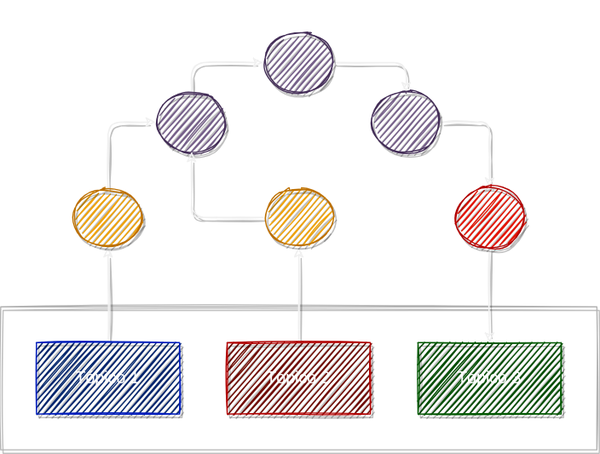
Earlier version of the draw.io export imagens/streams.drawio.svg (ermogenes/apache-kafka-introducao-ao-ecossistema). Source tidied: cells renumbered, new cells last; positions are measured from the earlier drawing's top-left corner, leaving out a move shared by most shapes.
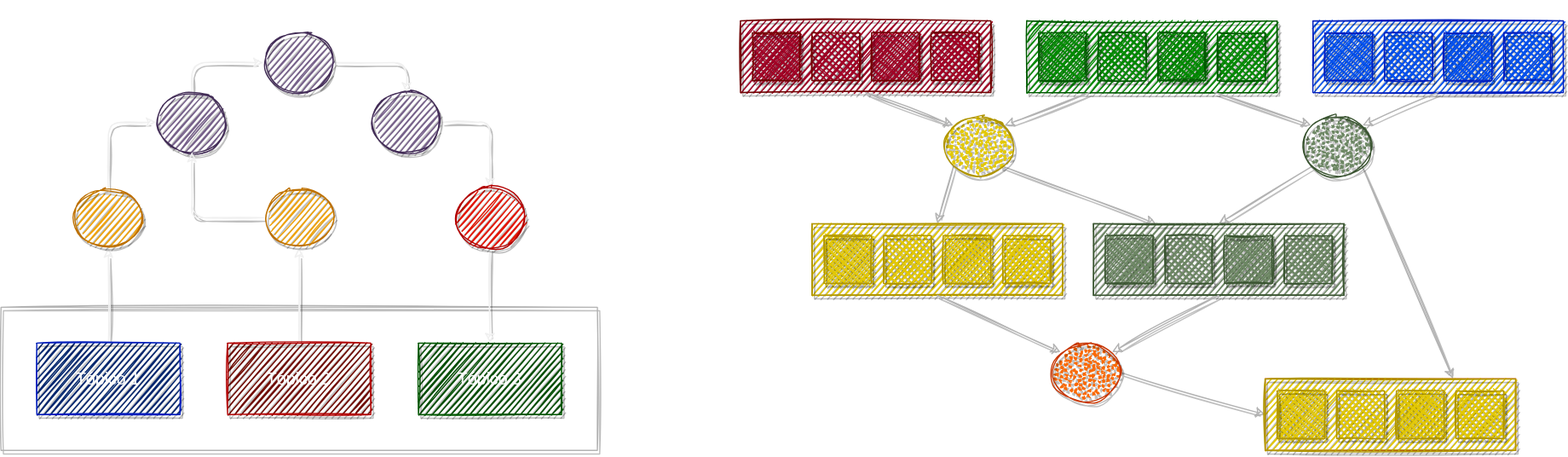
The same diagram one commit later.

The edit, as a diff of the source:
```diff
@@ -73,5 +73,158 @@
     <mxCell id="21" style="ellipse;whiteSpace=wrap;html=1;shadow=1;sketch=1;fontSize=14;strokeColor=#BD7000;fillColor=#f0a30a;fontColor=#000000;" parent="1" vertex="1">
       <mxGeometry x="220" y="145" width="60" height="50" as="geometry" />
     </mxCell>
+    <mxCell id="22" style="group;" parent="1" vertex="1">
+      <mxGeometry x="860" y="5" width="210" height="60" as="geometry" />
+    </mxCell>
+    <mxCell id="23" style="rounded=0;whiteSpace=wrap;html=1;strokeColor=#005700;fontColor=#ffffff;sketch=1;shadow=1;fontSize=14;fillColor=#008a00;" parent="22" vertex="1">
+      <mxGeometry width="210" height="60" as="geometry" />
+    </mxCell>
+    <mxCell id="24" style="rounded=0;whiteSpace=wrap;html=1;strokeColor=#005700;fontColor=#ffffff;sketch=1;shadow=1;fontSize=14;fillColor=#008a00;fillStyle=cross-hatch;" parent="22" vertex="1">
+      <mxGeometry x="10" y="10" width="40" height="40" as="geometry" />
+    </mxCell>
+    <mxCell id="25" style="rounded=0;whiteSpace=wrap;html=1;strokeColor=#005700;fontColor=#ffffff;sketch=1;shadow=1;fontSize=14;fillColor=#008a00;fillStyle=cross-hatch;" parent="22" vertex="1">
+      <mxGeometry x="60" y="10" width="40" height="40" as="geometry" />
+    </mxCell>
+    <mxCell id="26" style="rounded=0;whiteSpace=wrap;html=1;strokeColor=#005700;fontColor=#ffffff;sketch=1;shadow=1;fontSize=14;fillColor=#008a00;fillStyle=cross-hatch;" parent="22" vertex="1">
+      <mxGeometry x="110" y="10" width="40" height="40" as="geometry" />
+    </mxCell>
+    <mxCell id="27" style="rounded=0;whiteSpace=wrap;html=1;strokeColor=#005700;fontColor=#ffffff;sketch=1;shadow=1;fontSize=14;fillColor=#008a00;fillStyle=cross-hatch;" parent="22" vertex="1">
+      <mxGeometry x="160" y="10" width="40" height="40" as="geometry" />
+    </mxCell>
+    <mxCell id="28" style="group;" parent="1" vertex="1">
+      <mxGeometry x="620" y="5" width="210" height="60" as="geometry" />
+    </mxCell>
+    <mxCell id="29" style="rounded=0;whiteSpace=wrap;html=1;strokeColor=#6F0000;fontColor=#ffffff;sketch=1;shadow=1;fontSize=14;fillColor=#a20025;" parent="28" vertex="1">
+      <mxGeometry width="210" height="60" as="geometry" />
+    </mxCell>
+    <mxCell id="30" style="rounded=0;whiteSpace=wrap;html=1;strokeColor=#6F0000;fontColor=#ffffff;sketch=1;shadow=1;fontSize=14;fillColor=#a20025;fillStyle=cross-hatch;" parent="28" vertex="1">
+      <mxGeometry x="10" y="10" width="40" height="40" as="geometry" />
+    </mxCell>
+    <mxCell id="31" style="rounded=0;whiteSpace=wrap;html=1;strokeColor=#6F0000;fontColor=#ffffff;sketch=1;shadow=1;fontSize=14;fillColor=#a20025;fillStyle=cross-hatch;" parent="28" vertex="1">
+      <mxGeometry x="60" y="10" width="40" height="40" as="geometry" />
+    </mxCell>
+    <mxCell id="32" style="rounded=0;whiteSpace=wrap;html=1;strokeColor=#6F0000;fontColor=#ffffff;sketch=1;shadow=1;fontSize=14;fillColor=#a20025;fillStyle=cross-hatch;" parent="28" vertex="1">
+      <mxGeometry x="110" y="10" width="40" height="40" as="geometry" />
+    </mxCell>
+    <mxCell id="33" style="rounded=0;whiteSpace=wrap;html=1;strokeColor=#6F0000;fontColor=#ffffff;sketch=1;shadow=1;fontSize=14;fillColor=#a20025;fillStyle=cross-hatch;" parent="28" vertex="1">
+      <mxGeometry x="160" y="10" width="40" height="40" as="geometry" />
+    </mxCell>
+    <mxCell id="34" style="group;" parent="1" vertex="1">
+      <mxGeometry x="1100" y="5" width="210" height="60" as="geometry" />
+    </mxCell>
+    <mxCell id="35" style="rounded=0;whiteSpace=wrap;html=1;strokeColor=#001DBC;fontColor=#ffffff;sketch=1;shadow=1;fontSize=14;fillColor=#0050ef;" parent="34" vertex="1">
+      <mxGeometry width="210" height="60" as="geometry" />
+    </mxCell>
+    <mxCell id="36" style="rounded=0;whiteSpace=wrap;html=1;strokeColor=#001DBC;fontColor=#ffffff;sketch=1;shadow=1;fontSize=14;fillColor=#0050ef;fillStyle=cross-hatch;" parent="34" vertex="1">
+      <mxGeometry x="10" y="10" width="40" height="40" as="geometry" />
+    </mxCell>
+    <mxCell id="37" style="rounded=0;whiteSpace=wrap;html=1;strokeColor=#001DBC;fontColor=#ffffff;sketch=1;shadow=1;fontSize=14;fillColor=#0050ef;fillStyle=cross-hatch;" parent="34" vertex="1">
+      <mxGeometry x="60" y="10" width="40" height="40" as="geometry" />
+    </mxCell>
+    <mxCell id="38" style="rounded=0;whiteSpace=wrap;html=1;strokeColor=#001DBC;fontColor=#ffffff;sketch=1;shadow=1;fontSize=14;fillColor=#0050ef;fillStyle=cross-hatch;" parent="34" vertex="1">
+      <mxGeometry x="110" y="10" width="40" height="40" as="geometry" />
+    </mxCell>
+    <mxCell id="39" style="rounded=0;whiteSpace=wrap;html=1;strokeColor=#001DBC;fontColor=#ffffff;sketch=1;shadow=1;fontSize=14;fillColor=#0050ef;fillStyle=cross-hatch;" parent="34" vertex="1">
+      <mxGeometry x="160" y="10" width="40" height="40" as="geometry" />
+    </mxCell>
+    <mxCell id="40" style="edgeStyle=none;rounded=0;jettySize=auto;html=1;exitX=0;exitY=1;exitDx=0;exitDy=0;entryX=0.5;entryY=0;entryDx=0;entryDy=0;sketch=1;shadow=1;strokeColor=#B3B3B3;" parent="1" edge="1" source="42" target="53">
+      <mxGeometry relative="1" as="geometry" />
+    </mxCell>
+    <mxCell id="41" style="edgeStyle=none;rounded=0;jettySize=auto;html=1;exitX=1;exitY=1;exitDx=0;exitDy=0;entryX=0.25;entryY=0;entryDx=0;entryDy=0;sketch=1;shadow=1;strokeColor=#B3B3B3;" parent="1" edge="1" source="42" target="47">
+      <mxGeometry relative="1" as="geometry" />
+    </mxCell>
+    <mxCell id="42" style="ellipse;whiteSpace=wrap;html=1;shadow=1;sketch=1;fontSize=14;strokeColor=#B09500;fillColor=#e3c800;fontColor=#000000;fillStyle=dots;" parent="1" vertex="1">
+      <mxGeometry x="790" y="85" width="60" height="50" as="geometry" />
+    </mxCell>
+    <mxCell id="43" style="edgeStyle=none;rounded=0;jettySize=auto;html=1;exitX=0;exitY=1;exitDx=0;exitDy=0;entryX=0.5;entryY=0;entryDx=0;entryDy=0;sketch=1;shadow=1;strokeColor=#B3B3B3;" parent="1" edge="1" source="45" target="47">
+      <mxGeometry relative="1" as="geometry" />
+    </mxCell>
+    <mxCell id="44" style="edgeStyle=none;rounded=0;jettySize=auto;html=1;exitX=1;exitY=1;exitDx=0;exitDy=0;entryX=0.75;entryY=0;entryDx=0;entryDy=0;sketch=1;shadow=1;strokeColor=#B3B3B3;" parent="1" edge="1" source="45" target="61">
+      <mxGeometry relative="1" as="geometry" />
+    </mxCell>
+    <mxCell id="45" style="ellipse;whiteSpace=wrap;html=1;shadow=1;sketch=1;fontSize=14;strokeColor=#3A5431;fillColor=#6d8764;fontColor=#ffffff;fillStyle=dots;" parent="1" vertex="1">
+      <mxGeometry x="1090" y="85" width="60" height="50" as="geometry" />
+    </mxCell>
+    <mxCell id="46" style="group;strokeColor=#3A5431;fontColor=#ffffff;" parent="1" vertex="1">
+      <mxGeometry x="916" y="175" width="210" height="60" as="geometry" />
+    </mxCell>
+    <mxCell id="47" style="rounded=0;whiteSpace=wrap;html=1;strokeColor=#3A5431;sketch=1;shadow=1;fontSize=14;fontColor=#ffffff;fillColor=#6d8764;" parent="46" vertex="1">
+      <mxGeometry width="210" height="60" as="geometry" />
+    </mxCell>
+    <mxCell id="48" style="rounded=0;whiteSpace=wrap;html=1;strokeColor=#3A5431;sketch=1;shadow=1;fontSize=14;fillColor=#6d8764;fillStyle=cross-hatch;fontColor=#ffffff;" parent="46" vertex="1">
+      <mxGeometry x="10" y="10" width="40" height="40" as="geometry" />
+    </mxCell>
+    <mxCell id="49" style="rounded=0;whiteSpace=wrap;html=1;strokeColor=#3A5431;sketch=1;shadow=1;fontSize=14;fillColor=#6d8764;fillStyle=cross-hatch;fontColor=#ffffff;" parent="46" vertex="1">
+      <mxGeometry x="60" y="10" width="40" height="40" as="geometry" />
+    </mxCell>
+    <mxCell id="50" style="rounded=0;whiteSpace=wrap;html=1;strokeColor=#3A5431;sketch=1;shadow=1;fontSize=14;fillColor=#6d8764;fillStyle=cross-hatch;fontColor=#ffffff;" parent="46" vertex="1">
+      <mxGeometry x="110" y="10" width="40" height="40" as="geometry" />
+    </mxCell>
+    <mxCell id="51" style="rounded=0;whiteSpace=wrap;html=1;strokeColor=#3A5431;sketch=1;shadow=1;fontSize=14;fillColor=#6d8764;fillStyle=cross-hatch;fontColor=#ffffff;" parent="46" vertex="1">
+      <mxGeometry x="160" y="10" width="40" height="40" as="geometry" />
+    </mxCell>
+    <mxCell id="52" style="group;strokeColor=#B09500;fontColor=#000000;" parent="1" vertex="1">
+      <mxGeometry x="680" y="175" width="210" height="60" as="geometry" />
+    </mxCell>
+    <mxCell id="53" style="rounded=0;whiteSpace=wrap;html=1;strokeColor=#B09500;fontColor=#000000;sketch=1;shadow=1;fontSize=14;fillColor=#e3c800;" parent="52" vertex="1">
+      <mxGeometry width="210" height="60" as="geometry" />
+    </mxCell>
+    <mxCell id="54" style="rounded=0;whiteSpace=wrap;html=1;strokeColor=#B09500;fontColor=#000000;sketch=1;shadow=1;fontSize=14;fillColor=#e3c800;fillStyle=cross-hatch;" parent="52" vertex="1">
+      <mxGeometry x="10" y="10" width="40" height="40" as="geometry" />
+    </mxCell>
+    <mxCell id="55" style="rounded=0;whiteSpace=wrap;html=1;strokeColor=#B09500;fontColor=#000000;sketch=1;shadow=1;fontSize=14;fillColor=#e3c800;fillStyle=cross-hatch;" parent="52" vertex="1">
+      <mxGeometry x="60" y="10" width="40" height="40" as="geometry" />
+    </mxCell>
+    <mxCell id="56" style="rounded=0;whiteSpace=wrap;html=1;strokeColor=#B09500;fontColor=#000000;sketch=1;shadow=1;fontSize=14;fillColor=#e3c800;fillStyle=cross-hatch;" parent="52" vertex="1">
+      <mxGeometry x="110" y="10" width="40" height="40" as="geometry" />
+    </mxCell>
+    <mxCell id="57" style="rounded=0;whiteSpace=wrap;html=1;strokeColor=#B09500;fontColor=#000000;sketch=1;shadow=1;fontSize=14;fillColor=#e3c800;fillStyle=cross-hatch;" parent="52" vertex="1">
+      <mxGeometry x="160" y="10" width="40" height="40" as="geometry" />
+    </mxCell>
+    <mxCell id="58" style="edgeStyle=none;rounded=0;jettySize=auto;html=1;exitX=1;exitY=0.5;exitDx=0;exitDy=0;entryX=0;entryY=0.5;entryDx=0;entryDy=0;sketch=1;shadow=1;strokeColor=#B3B3B3;" parent="1" edge="1" source="59" target="61">
+      <mxGeometry relative="1" as="geometry" />
+    </mxCell>
+    <mxCell id="59" style="ellipse;whiteSpace=wrap;html=1;shadow=1;sketch=1;fontSize=14;strokeColor=#C73500;fillColor=#fa6800;fontColor=#000000;fillStyle=dots;" parent="1" vertex="1">
+      <mxGeometry x="880" y="275" width="60" height="50" as="geometry" />
+    </mxCell>
+    <mxCell id="60" style="group;strokeColor=#C73500;fontColor=#000000;" parent="1" vertex="1">
+      <mxGeometry x="1060" y="305" width="210" height="60" as="geometry" />
+    </mxCell>
+    <mxCell id="61" style="rounded=0;whiteSpace=wrap;html=1;strokeColor=#B09500;fontColor=#000000;sketch=1;shadow=1;fontSize=14;fillColor=#e3c800;" parent="60" vertex="1">
+      <mxGeometry width="210" height="60" as="geometry" />
+    </mxCell>
+    <mxCell id="62" style="rounded=0;whiteSpace=wrap;html=1;strokeColor=#B09500;fontColor=#000000;sketch=1;shadow=1;fontSize=14;fillColor=#e3c800;fillStyle=cross-hatch;" parent="60" vertex="1">
+      <mxGeometry x="10" y="10" width="40" height="40" as="geometry" />
+    </mxCell>
+    <mxCell id="63" style="rounded=0;whiteSpace=wrap;html=1;strokeColor=#B09500;fontColor=#000000;sketch=1;shadow=1;fontSize=14;fillColor=#e3c800;fillStyle=cross-hatch;" parent="60" vertex="1">
+      <mxGeometry x="60" y="10" width="40" height="40" as="geometry" />
+    </mxCell>
+    <mxCell id="64" style="rounded=0;whiteSpace=wrap;html=1;strokeColor=#B09500;fontColor=#000000;sketch=1;shadow=1;fontSize=14;fillColor=#e3c800;fillStyle=cross-hatch;" parent="60" vertex="1">
+      <mxGeometry x="110" y="10" width="40" height="40" as="geometry" />
+    </mxCell>
+    <mxCell id="65" style="rounded=0;whiteSpace=wrap;html=1;strokeColor=#B09500;fontColor=#000000;sketch=1;shadow=1;fontSize=14;fillColor=#e3c800;fillStyle=cross-hatch;" parent="60" vertex="1">
+      <mxGeometry x="160" y="10" width="40" height="40" as="geometry" />
+    </mxCell>
+    <mxCell id="66" style="edgeStyle=none;rounded=0;orthogonalLoop=1;jettySize=auto;html=1;exitX=0.5;exitY=0;exitDx=0;exitDy=0;" parent="60" edge="1" source="61" target="61">
+      <mxGeometry relative="1" as="geometry" />
+    </mxCell>
+    <mxCell id="67" style="edgeStyle=none;rounded=0;jettySize=auto;html=1;exitX=0.5;exitY=1;exitDx=0;exitDy=0;entryX=0;entryY=0;entryDx=0;entryDy=0;sketch=1;shadow=1;strokeColor=#B3B3B3;" parent="1" edge="1" source="29" target="42">
+      <mxGeometry relative="1" as="geometry" />
+    </mxCell>
+    <mxCell id="68" style="edgeStyle=none;rounded=0;jettySize=auto;html=1;exitX=0.25;exitY=1;exitDx=0;exitDy=0;entryX=1;entryY=0;entryDx=0;entryDy=0;sketch=1;shadow=1;strokeColor=#B3B3B3;" parent="1" edge="1" source="23" target="42">
+      <mxGeometry relative="1" as="geometry" />
+    </mxCell>
+    <mxCell id="69" style="edgeStyle=none;rounded=0;jettySize=auto;html=1;exitX=0.75;exitY=1;exitDx=0;exitDy=0;entryX=0;entryY=0;entryDx=0;entryDy=0;sketch=1;shadow=1;strokeColor=#B3B3B3;" parent="1" edge="1" source="23" target="45">
+      <mxGeometry relative="1" as="geometry" />
+    </mxCell>
+    <mxCell id="70" style="edgeStyle=none;rounded=0;jettySize=auto;html=1;exitX=0.5;exitY=1;exitDx=0;exitDy=0;entryX=1;entryY=0;entryDx=0;entryDy=0;sketch=1;shadow=1;strokeColor=#B3B3B3;" parent="1" edge="1" source="35" target="45">
+      <mxGeometry relative="1" as="geometry" />
+    </mxCell>
+    <mxCell id="71" style="edgeStyle=none;rounded=0;jettySize=auto;html=1;exitX=0.5;exitY=1;exitDx=0;exitDy=0;entryX=1;entryY=0;entryDx=0;entryDy=0;sketch=1;shadow=1;strokeColor=#B3B3B3;" parent="1" edge="1" source="47" target="59">
+      <mxGeometry relative="1" as="geometry" />
+    </mxCell>
+    <mxCell id="72" style="edgeStyle=none;rounded=0;jettySize=auto;html=1;exitX=0.5;exitY=1;exitDx=0;exitDy=0;entryX=0;entryY=0;entryDx=0;entryDy=0;sketch=1;shadow=1;strokeColor=#B3B3B3;" parent="1" edge="1" source="53" target="59">
+      <mxGeometry relative="1" as="geometry" />
+    </mxCell>
   </root>
 </mxGraphModel>
```
